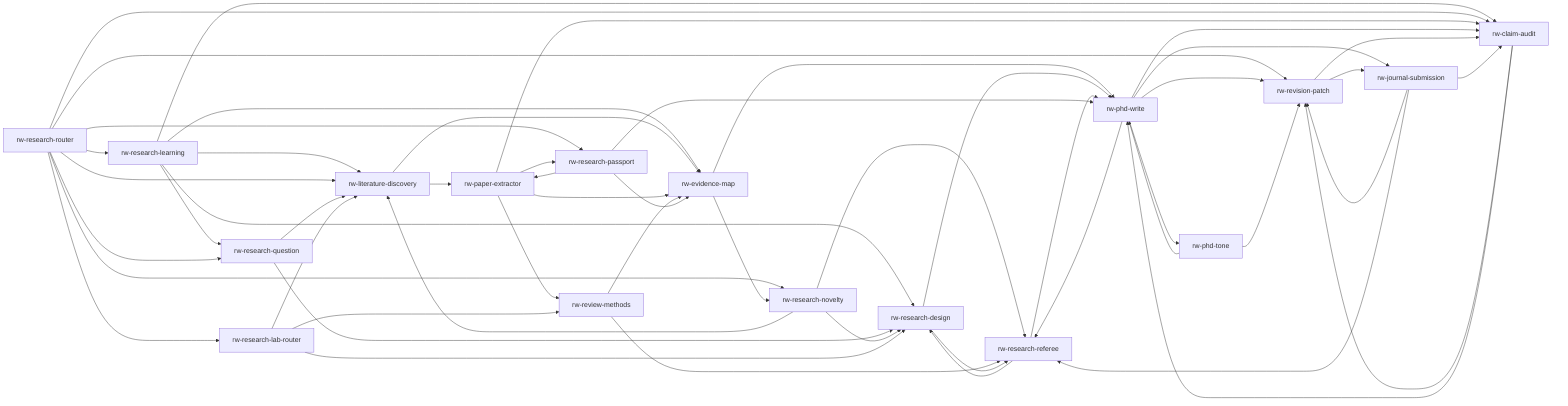
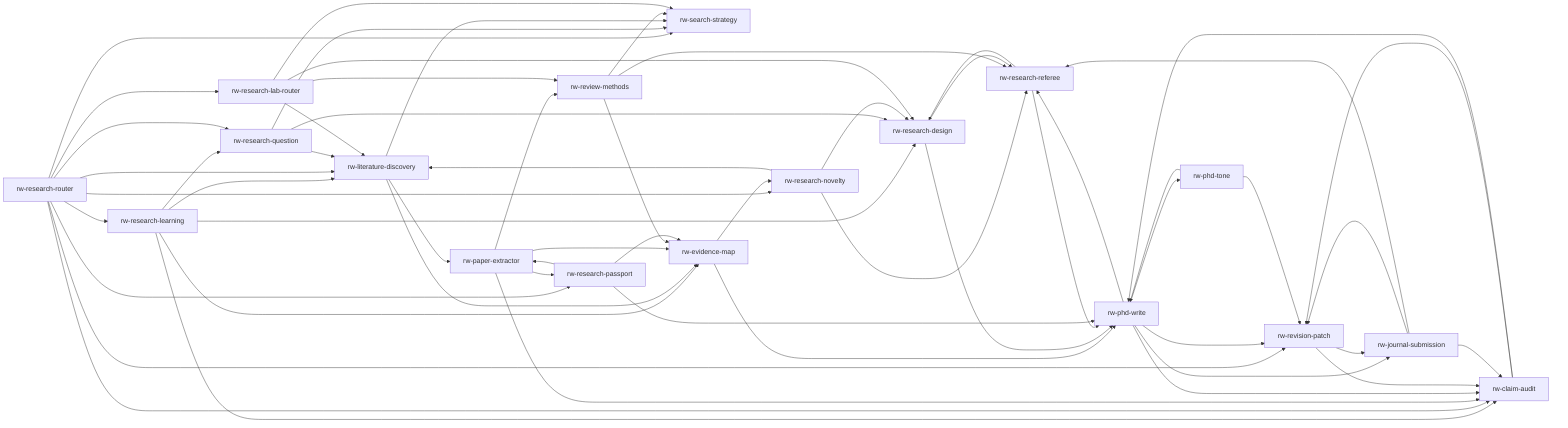
flowchart LR
  router["rw-research-router"]
  learning["rw-research-learning"]
  question["rw-research-question"]
  discovery["rw-literature-discovery"]
+   search["rw-search-strategy"]
  extractor["rw-paper-extractor"]
  evidence["rw-evidence-map"]
  novelty["rw-research-novelty"]
  review["rw-review-methods"]
  design["rw-research-design"]
  referee["rw-research-referee"]
  passport["rw-research-passport"]
  audit["rw-claim-audit"]
  patch["rw-revision-patch"]
  write["rw-phd-write"]
  tone["rw-phd-tone"]
  submission["rw-journal-submission"]
  tools["rw-research-lab-router"]

  router --> learning
  learning --> question
  learning --> discovery
  learning --> evidence
  learning --> design
  learning --> audit
  router --> question
  router --> discovery
+   router --> search
  router --> novelty
  router --> passport
  router --> audit
  router --> patch
  router --> tools
  question --> discovery
+   question --> search
  question --> design
+   discovery --> search
  discovery --> extractor
  discovery --> evidence
  extractor --> evidence
  extractor --> audit
  extractor --> passport
  extractor --> review
  evidence --> novelty
  evidence --> write
  novelty --> discovery
  novelty --> design
  novelty --> referee
  review --> evidence
+   review --> search
  review --> referee
  design --> referee
  design --> write
  referee --> design
  referee --> write
  write --> tone
  write --> audit
  write --> patch
  write --> referee
  write --> submission
  tone --> write
  tone --> patch
  audit --> patch
  audit --> write
  patch --> audit
  patch --> submission
  passport --> extractor
  passport --> evidence
  passport --> write
  submission --> patch
  submission --> audit
  submission --> referee
  tools --> discovery
+   tools --> search
  tools --> review
  tools --> design
